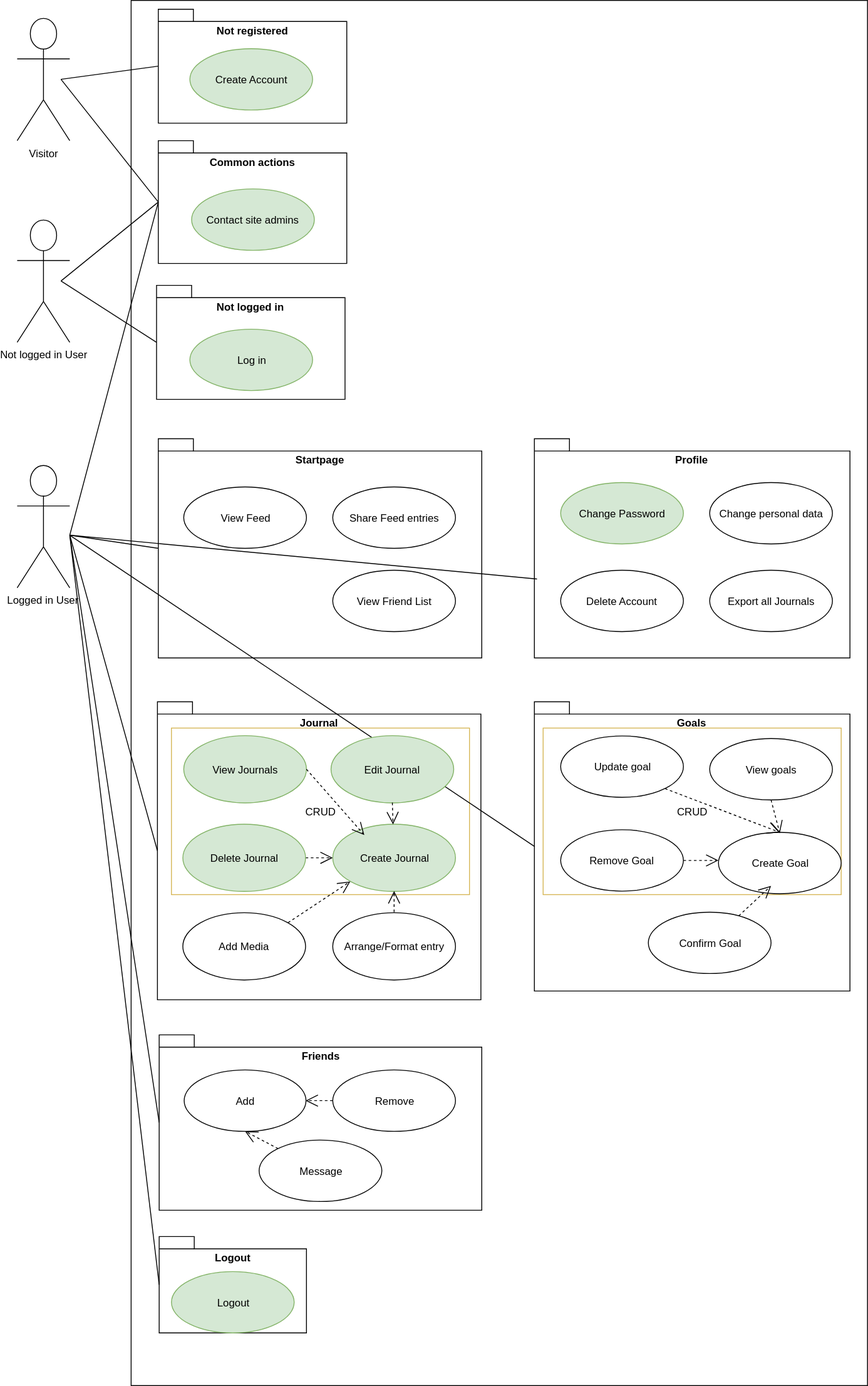
Earlier version of the draw.io export documentation/images/UCD.svg (Toaster996/softwareengineering). Source tidied: cells renumbered, new cells last; positions are measured from the earlier drawing's top-left corner, leaving out a move shared by most shapes. Its diagram source:
```xml
<mxGraphModel background="#ffffff">
  <root>
    <mxCell id="0" />
    <mxCell id="1" parent="0" />
    <mxCell id="2" value="&lt;div&gt;&lt;br&gt;&lt;/div&gt;&lt;div&gt;&lt;br&gt;&lt;/div&gt;" style="html=1;" parent="1" vertex="1">
      <mxGeometry x="130" width="840" height="1580" as="geometry" />
    </mxCell>
    <mxCell id="3" value="Journal" style="shape=folder;fontStyle=1;spacingTop=10;tabWidth=40;tabHeight=14;tabPosition=left;html=1;verticalAlign=top;" parent="1" vertex="1">
      <mxGeometry x="160" y="800" width="369" height="340" as="geometry" />
    </mxCell>
    <mxCell id="4" value="CRUD" style="rounded=0;whiteSpace=wrap;html=1;fillColor=none;strokeColor=#d6b656;" parent="1" vertex="1">
      <mxGeometry x="176" y="830" width="340" height="190" as="geometry" />
    </mxCell>
    <mxCell id="5" value="Goals" style="shape=folder;fontStyle=1;spacingTop=10;tabWidth=40;tabHeight=14;tabPosition=left;html=1;verticalAlign=top;" parent="1" vertex="1">
      <mxGeometry x="590" y="800" width="360" height="330" as="geometry" />
    </mxCell>
    <mxCell id="6" value="CRUD" style="rounded=0;whiteSpace=wrap;html=1;fillColor=none;strokeColor=#d6b656;" parent="1" vertex="1">
      <mxGeometry x="600" y="830" width="340" height="190" as="geometry" />
    </mxCell>
    <mxCell id="7" style="endArrow=none;html=1;entryX=0;entryY=0.5;" parent="1" edge="1" target="20">
      <mxGeometry relative="1" as="geometry">
        <mxPoint x="50" y="320" as="sourcePoint" />
      </mxGeometry>
    </mxCell>
    <mxCell id="8" value="Visitor" style="shape=umlActor;verticalLabelPosition=bottom;labelBackgroundColor=#ffffff;verticalAlign=top;html=1;" parent="1" vertex="1">
      <mxGeometry y="20" width="60" height="140" as="geometry" />
    </mxCell>
    <mxCell id="9" value="Not registered" style="shape=folder;fontStyle=1;spacingTop=10;tabWidth=40;tabHeight=14;tabPosition=left;html=1;labelPosition=center;verticalLabelPosition=middle;align=center;verticalAlign=top;" parent="1" vertex="1">
      <mxGeometry x="161" y="10" width="215" height="130" as="geometry" />
    </mxCell>
    <mxCell id="10" value="Create Account" style="ellipse;whiteSpace=wrap;html=1;fillColor=#d5e8d4;strokeColor=#82b366;" parent="1" vertex="1">
      <mxGeometry x="197" y="54.6" width="140" height="70" as="geometry" />
    </mxCell>
    <mxCell id="11" style="endArrow=none;html=1;entryX=0;entryY=0.5;" parent="1" edge="1" target="9">
      <mxGeometry relative="1" as="geometry">
        <mxPoint x="50" y="90" as="sourcePoint" />
      </mxGeometry>
    </mxCell>
    <mxCell id="12" style="edgeStyle=none;rounded=0;html=1;exitX=0.5;exitY=1;jettySize=auto;orthogonalLoop=1;" parent="1" edge="1" source="9" target="9">
      <mxGeometry relative="1" as="geometry" />
    </mxCell>
    <mxCell id="13" style="endArrow=none;html=1;entryX=0;entryY=0.5;" parent="1" edge="1" target="17">
      <mxGeometry relative="1" as="geometry">
        <mxPoint x="50" y="90" as="sourcePoint" />
      </mxGeometry>
    </mxCell>
    <mxCell id="14" value="Not logged in User" style="shape=umlActor;verticalLabelPosition=bottom;labelBackgroundColor=#ffffff;verticalAlign=top;html=1;" parent="1" vertex="1">
      <mxGeometry y="250" width="60" height="140" as="geometry" />
    </mxCell>
    <mxCell id="15" style="endArrow=none;html=1;entryX=0;entryY=0.5;" parent="1" edge="1" target="17">
      <mxGeometry relative="1" as="geometry">
        <mxPoint x="50" y="320" as="sourcePoint" />
      </mxGeometry>
    </mxCell>
    <mxCell id="16" style="group;" parent="1" vertex="1">
      <mxGeometry x="161" y="160" width="215" height="140" as="geometry" />
    </mxCell>
    <mxCell id="17" value="Common actions" style="shape=folder;fontStyle=1;spacingTop=10;tabWidth=40;tabHeight=14;tabPosition=left;html=1;labelPosition=center;verticalLabelPosition=middle;align=center;verticalAlign=top;" parent="16" vertex="1">
      <mxGeometry width="215" height="140" as="geometry" />
    </mxCell>
    <mxCell id="18" value="Contact site admins" style="ellipse;whiteSpace=wrap;html=1;fillColor=#d5e8d4;strokeColor=#82b366;" parent="16" vertex="1">
      <mxGeometry x="38" y="55" width="140" height="70" as="geometry" />
    </mxCell>
    <mxCell id="19" style="group;" parent="1" vertex="1">
      <mxGeometry x="159" y="320" width="215" height="140" as="geometry" />
    </mxCell>
    <mxCell id="20" value="Not logged in" style="shape=folder;fontStyle=1;spacingTop=10;tabWidth=40;tabHeight=14;tabPosition=left;html=1;labelPosition=center;verticalLabelPosition=middle;align=center;verticalAlign=top;" parent="19" vertex="1">
      <mxGeometry y="5" width="215" height="130" as="geometry" />
    </mxCell>
    <mxCell id="21" value="Log in" style="ellipse;whiteSpace=wrap;html=1;fillColor=#d5e8d4;strokeColor=#82b366;" parent="19" vertex="1">
      <mxGeometry x="38" y="55" width="140" height="70" as="geometry" />
    </mxCell>
    <mxCell id="22" value="Logged in User" style="shape=umlActor;verticalLabelPosition=bottom;labelBackgroundColor=#ffffff;verticalAlign=top;html=1;" parent="1" vertex="1">
      <mxGeometry y="530" width="60" height="140" as="geometry" />
    </mxCell>
    <mxCell id="23" value="Startpa&lt;span&gt;ge&lt;/span&gt;" style="shape=folder;fontStyle=1;spacingTop=10;tabWidth=40;tabHeight=14;tabPosition=left;html=1;verticalAlign=top;" parent="1" vertex="1">
      <mxGeometry x="161" y="500" width="369" height="250" as="geometry" />
    </mxCell>
    <mxCell id="24" value="View Feed" style="ellipse;whiteSpace=wrap;html=1;fillColor=#ffffff;strokeColor=#000000;" parent="1" vertex="1">
      <mxGeometry x="190" y="555" width="140" height="70" as="geometry" />
    </mxCell>
    <mxCell id="25" value="Share Feed entries" style="ellipse;whiteSpace=wrap;html=1;" parent="1" vertex="1">
      <mxGeometry x="360" y="555" width="140" height="70" as="geometry" />
    </mxCell>
    <mxCell id="26" style="endArrow=none;html=1;entryX=0;entryY=0.5;" parent="1" edge="1" target="3">
      <mxGeometry relative="1" as="geometry">
        <mxPoint x="60" y="610" as="sourcePoint" />
      </mxGeometry>
    </mxCell>
    <mxCell id="27" value="View Friend List" style="ellipse;whiteSpace=wrap;html=1;" parent="1" vertex="1">
      <mxGeometry x="360" y="650" width="140" height="70" as="geometry" />
    </mxCell>
    <mxCell id="28" value="Profile" style="shape=folder;fontStyle=1;spacingTop=10;tabWidth=40;tabHeight=14;tabPosition=left;html=1;verticalAlign=top;" parent="1" vertex="1">
      <mxGeometry x="590" y="500" width="360" height="250" as="geometry" />
    </mxCell>
    <mxCell id="29" style="endArrow=none;html=1;entryX=0;entryY=0.5;" parent="1" edge="1" target="17">
      <mxGeometry relative="1" as="geometry">
        <mxPoint x="60" y="610" as="sourcePoint" />
      </mxGeometry>
    </mxCell>
    <mxCell id="30" value="Change Password" style="ellipse;whiteSpace=wrap;html=1;fillColor=#d5e8d4;strokeColor=#82b366;" parent="1" vertex="1">
      <mxGeometry x="620" y="550" width="140" height="70" as="geometry" />
    </mxCell>
    <mxCell id="31" value="Change personal data" style="ellipse;whiteSpace=wrap;html=1;fillColor=#ffffff;strokeColor=#000000;" parent="1" vertex="1">
      <mxGeometry x="790" y="550" width="140" height="70" as="geometry" />
    </mxCell>
    <mxCell id="32" value="Delete Account" style="ellipse;whiteSpace=wrap;html=1;fillColor=#ffffff;strokeColor=#000000;" parent="1" vertex="1">
      <mxGeometry x="620" y="650" width="140" height="70" as="geometry" />
    </mxCell>
    <mxCell id="33" value="Export all&lt;span&gt;&amp;nbsp;Journals&lt;/span&gt;" style="ellipse;whiteSpace=wrap;html=1;" parent="1" vertex="1">
      <mxGeometry x="790" y="650" width="140" height="70" as="geometry" />
    </mxCell>
    <mxCell id="34" style="endArrow=none;html=1;entryX=0;entryY=0.5;" parent="1" edge="1" target="39">
      <mxGeometry relative="1" as="geometry">
        <mxPoint x="60" y="610" as="sourcePoint" />
      </mxGeometry>
    </mxCell>
    <mxCell id="35" value="Create Goal" style="ellipse;whiteSpace=wrap;html=1;fillColor=#ffffff;strokeColor=#000000;" parent="1" vertex="1">
      <mxGeometry x="800" y="949" width="140" height="70" as="geometry" />
    </mxCell>
    <mxCell id="36" value="Confirm Goal" style="ellipse;whiteSpace=wrap;html=1;fillColor=#ffffff;strokeColor=#000000;" parent="1" vertex="1">
      <mxGeometry x="720" y="1040" width="140" height="70" as="geometry" />
    </mxCell>
    <mxCell id="37" value="Remove Goal" style="ellipse;whiteSpace=wrap;html=1;fillColor=#ffffff;strokeColor=#000000;" parent="1" vertex="1">
      <mxGeometry x="620" y="946" width="140" height="70" as="geometry" />
    </mxCell>
    <mxCell id="38" value="Update goal" style="ellipse;whiteSpace=wrap;html=1;fillColor=#ffffff;strokeColor=#000000;" parent="1" vertex="1">
      <mxGeometry x="620" y="839" width="140" height="70" as="geometry" />
    </mxCell>
    <mxCell id="39" value="Friends" style="shape=folder;fontStyle=1;spacingTop=10;tabWidth=40;tabHeight=14;tabPosition=left;html=1;verticalAlign=top;" parent="1" vertex="1">
      <mxGeometry x="162" y="1180" width="368" height="200" as="geometry" />
    </mxCell>
    <mxCell id="40" style="endArrow=none;html=1;entryX=0;entryY=0.5;" parent="1" edge="1" target="5">
      <mxGeometry relative="1" as="geometry">
        <mxPoint x="60" y="610" as="sourcePoint" />
      </mxGeometry>
    </mxCell>
    <mxCell id="41" style="endArrow=none;html=1;entryX=0;entryY=0.5;" parent="1" edge="1" target="23">
      <mxGeometry relative="1" as="geometry">
        <mxPoint x="60" y="610" as="sourcePoint" />
      </mxGeometry>
    </mxCell>
    <mxCell id="42" style="endArrow=none;html=1;entryX=0.009;entryY=0.641;entryPerimeter=0;" parent="1" edge="1" target="28">
      <mxGeometry relative="1" as="geometry">
        <mxPoint x="60" y="610" as="sourcePoint" />
      </mxGeometry>
    </mxCell>
    <mxCell id="43" value="Add" style="ellipse;whiteSpace=wrap;html=1;" parent="1" vertex="1">
      <mxGeometry x="190" y="1220" width="139" height="70" as="geometry" />
    </mxCell>
    <mxCell id="44" value="Remove" style="ellipse;whiteSpace=wrap;html=1;" parent="1" vertex="1">
      <mxGeometry x="360" y="1220" width="140" height="70" as="geometry" />
    </mxCell>
    <mxCell id="45" value="Message" style="ellipse;whiteSpace=wrap;html=1;" parent="1" vertex="1">
      <mxGeometry x="276" y="1300" width="140" height="70" as="geometry" />
    </mxCell>
    <mxCell id="46" value="Logout" style="shape=folder;fontStyle=1;spacingTop=10;tabWidth=40;tabHeight=14;tabPosition=left;html=1;verticalAlign=top;" parent="1" vertex="1">
      <mxGeometry x="162" y="1410" width="168" height="110" as="geometry" />
    </mxCell>
    <mxCell id="47" value="Logout" style="ellipse;whiteSpace=wrap;html=1;fillColor=#d5e8d4;strokeColor=#82b366;" parent="1" vertex="1">
      <mxGeometry x="176" y="1449.6" width="140" height="70" as="geometry" />
    </mxCell>
    <mxCell id="48" style="endArrow=open;endSize=12;dashed=1;html=1;entryX=1;entryY=0.5;" parent="1" edge="1" source="44" target="43">
      <mxGeometry relative="1" as="geometry" />
    </mxCell>
    <mxCell id="49" style="endArrow=none;html=1;entryX=0;entryY=0.5;" parent="1" edge="1" target="46">
      <mxGeometry relative="1" as="geometry">
        <mxPoint x="60" y="610" as="sourcePoint" />
      </mxGeometry>
    </mxCell>
    <mxCell id="50" style="endArrow=open;endSize=12;dashed=1;html=1;entryX=0.5;entryY=1;" parent="1" edge="1" source="45" target="43">
      <mxGeometry relative="1" as="geometry" />
    </mxCell>
    <mxCell id="51" style="endArrow=open;endSize=12;dashed=1;html=1;exitX=1;exitY=0.5;" parent="1" edge="1" source="37">
      <mxGeometry relative="1" as="geometry">
        <mxPoint x="800" y="981" as="targetPoint" />
      </mxGeometry>
    </mxCell>
    <mxCell id="52" style="endArrow=open;endSize=12;dashed=1;html=1;" parent="1" edge="1" source="36">
      <mxGeometry relative="1" as="geometry">
        <mxPoint x="860" y="1010" as="targetPoint" />
      </mxGeometry>
    </mxCell>
    <mxCell id="53" style="endArrow=open;endSize=12;dashed=1;html=1;exitX=1;exitY=1;entryX=0.5;entryY=0;" parent="1" edge="1" source="38" target="35">
      <mxGeometry relative="1" as="geometry" />
    </mxCell>
    <mxCell id="54" value="View goals" style="ellipse;whiteSpace=wrap;html=1;fillColor=#ffffff;strokeColor=#000000;" parent="1" vertex="1">
      <mxGeometry x="790" y="842" width="140" height="70" as="geometry" />
    </mxCell>
    <mxCell id="55" style="endArrow=open;endSize=12;dashed=1;html=1;exitX=0.5;exitY=1;" parent="1" edge="1" source="54">
      <mxGeometry relative="1" as="geometry">
        <mxPoint x="870" y="950" as="targetPoint" />
      </mxGeometry>
    </mxCell>
    <mxCell id="56" value="Create Journal" style="ellipse;whiteSpace=wrap;html=1;fillColor=#d5e8d4;strokeColor=#82b366;" parent="1" vertex="1">
      <mxGeometry x="360" y="939.8" width="140" height="76.7" as="geometry" />
    </mxCell>
    <mxCell id="57" value="Edit Journal" style="ellipse;whiteSpace=wrap;html=1;fillColor=#d5e8d4;strokeColor=#82b366;" parent="1" vertex="1">
      <mxGeometry x="358" y="838.8" width="140" height="76.7" as="geometry" />
    </mxCell>
    <mxCell id="58" value="Add Media" style="ellipse;whiteSpace=wrap;html=1;fillColor=#ffffff;strokeColor=#000000;" parent="1" vertex="1">
      <mxGeometry x="189" y="1040.4" width="140" height="76.7" as="geometry" />
    </mxCell>
    <mxCell id="59" value="Arrange/Format entry" style="ellipse;whiteSpace=wrap;html=1;" parent="1" vertex="1">
      <mxGeometry x="360" y="1040.4" width="140" height="76.7" as="geometry" />
    </mxCell>
    <mxCell id="60" style="endArrow=open;endSize=12;dashed=1;html=1;exitX=0.5;exitY=1;" parent="1" edge="1" source="57" target="56">
      <mxGeometry relative="1" as="geometry" />
    </mxCell>
    <mxCell id="61" style="endArrow=open;endSize=12;dashed=1;html=1;entryX=0;entryY=0.5;exitX=1;exitY=0.5;" parent="1" edge="1" source="64" target="56">
      <mxGeometry relative="1" as="geometry" />
    </mxCell>
    <mxCell id="62" style="endArrow=open;endSize=12;dashed=1;html=1;exitX=0.5;exitY=0;entryX=0.5;entryY=1;" parent="1" edge="1" source="59" target="56">
      <mxGeometry relative="1" as="geometry" />
    </mxCell>
    <mxCell id="63" value="View Journals" style="ellipse;whiteSpace=wrap;html=1;fillColor=#d5e8d4;strokeColor=#82b366;" parent="1" vertex="1">
      <mxGeometry x="190" y="838.8" width="140" height="76.7" as="geometry" />
    </mxCell>
    <mxCell id="64" value="Delete Journal" style="ellipse;whiteSpace=wrap;html=1;fillColor=#d5e8d4;strokeColor=#82b366;" parent="1" vertex="1">
      <mxGeometry x="189" y="939.8" width="140" height="76.7" as="geometry" />
    </mxCell>
    <mxCell id="65" style="endArrow=open;endSize=12;dashed=1;html=1;entryX=0;entryY=1;exitX=1;exitY=0;" parent="1" edge="1" source="58" target="56">
      <mxGeometry relative="1" as="geometry" />
    </mxCell>
    <mxCell id="66" style="endArrow=open;endSize=12;dashed=1;html=1;exitX=1;exitY=0.5;entryX=0.254;entryY=0.16;entryPerimeter=0;" parent="1" edge="1" source="63" target="56">
      <mxGeometry relative="1" as="geometry" />
    </mxCell>
  </root>
</mxGraphModel>
```
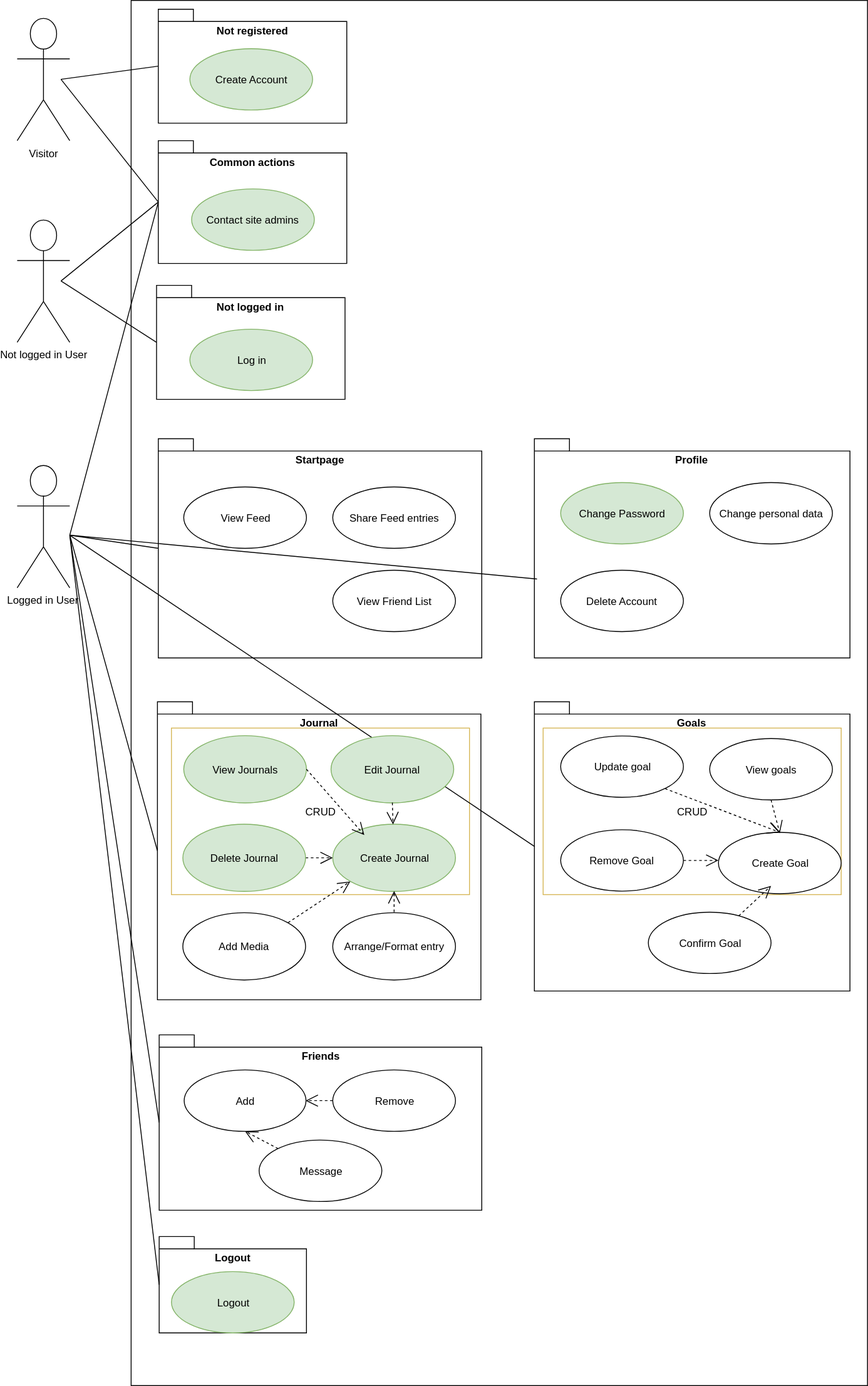
The same diagram one commit later.

What changed in the source:
```diff
@@ -107,9 +107,6 @@
     <mxCell id="32" value="Delete Account" style="ellipse;whiteSpace=wrap;html=1;fillColor=#ffffff;strokeColor=#000000;" parent="1" vertex="1">
       <mxGeometry x="620" y="650" width="140" height="70" as="geometry" />
     </mxCell>
-    <mxCell id="33" value="Export all&lt;span&gt;&amp;nbsp;Journals&lt;/span&gt;" style="ellipse;whiteSpace=wrap;html=1;" parent="1" vertex="1">
-      <mxGeometry x="790" y="650" width="140" height="70" as="geometry" />
-    </mxCell>
     <mxCell id="34" style="endArrow=none;html=1;entryX=0;entryY=0.5;" parent="1" edge="1" target="39">
       <mxGeometry relative="1" as="geometry">
         <mxPoint x="60" y="610" as="sourcePoint" />
```
